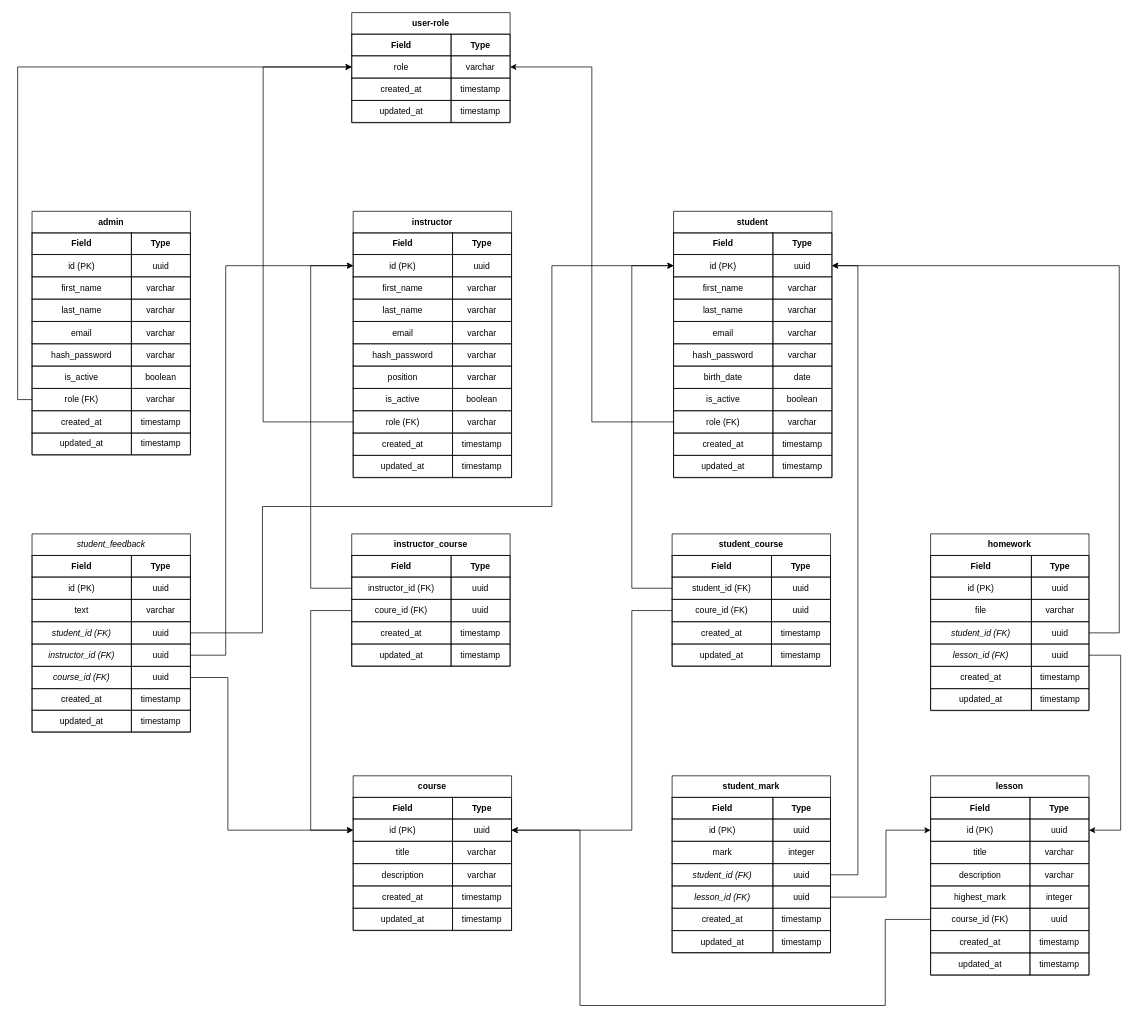
Above: tables.drawio in PashaShevchuk/diagrams (draw.io), before the change. Source tidied: cells renumbered, new cells numbered last; positions are measured from the earlier drawing's top-left corner, leaving out a move shared by most shapes. Both pictures are drawn from the tidied source at 72%, with x=0, y=0 at pixel (32, 12).
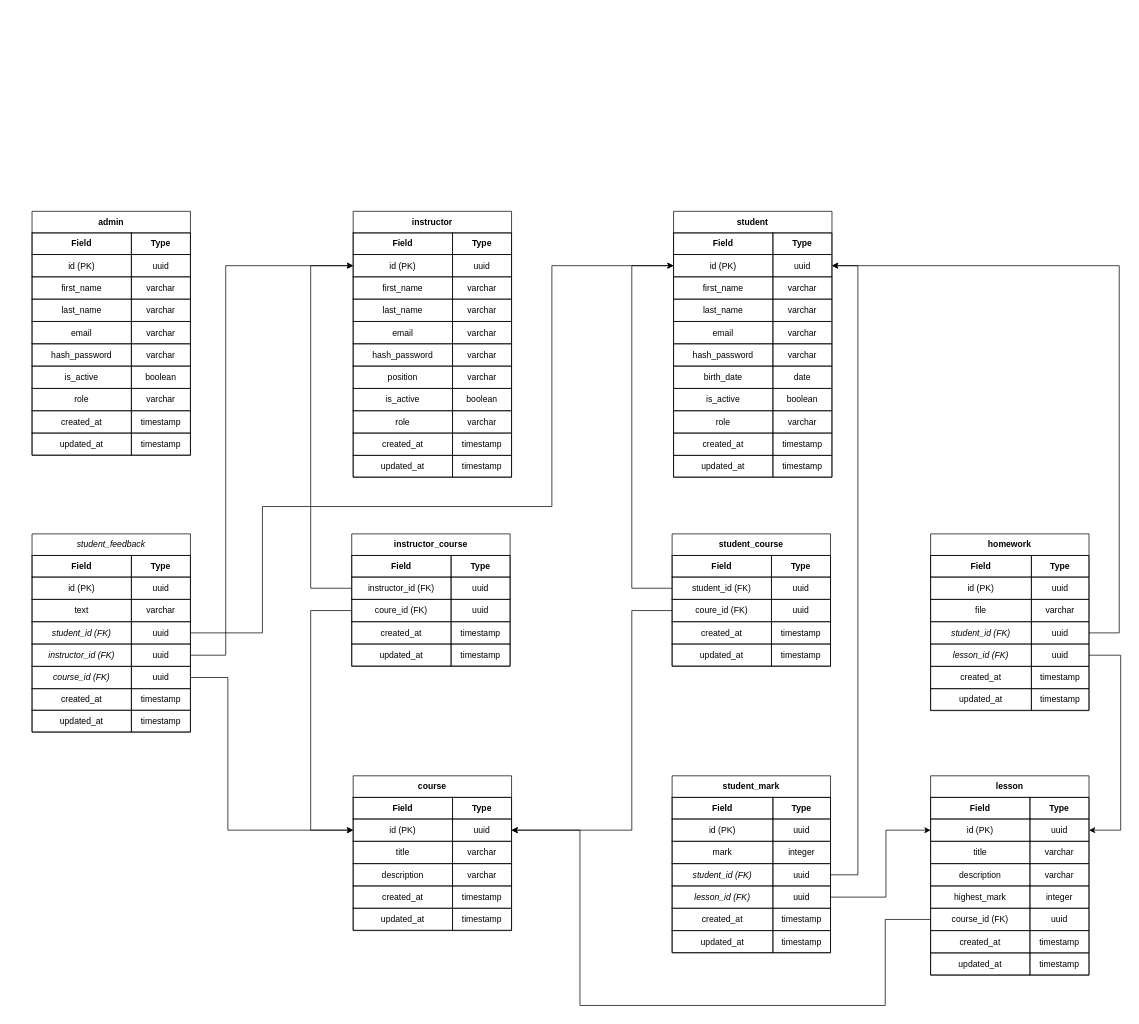
Above is the later version.

The change refers to these unchanged cells:
```xml
<mxCell id="2" value="admin" style="swimlane;startSize=30;html=1;whiteSpace=wrap;childLayout=tableLayout;" parent="1" vertex="1">
  <mxGeometry y="276" width="220" height="338.5" as="geometry" />
</mxCell>
<mxCell id="24" style="html=1;whiteSpace=wrap;fillColor=none;strokeColor=none;points=[[0,0.5],[1,0.5]];portConstraint=eastwest;" parent="2" vertex="1">
  <mxGeometry y="246" width="220" height="31" as="geometry" />
</mxCell>
<mxCell id="191" value="instructor" style="swimlane;startSize=30;html=1;whiteSpace=wrap;childLayout=tableLayout;" parent="1" vertex="1">
  <mxGeometry x="446" y="276" width="220" height="369.5" as="geometry" />
</mxCell>
<mxCell id="216" style="html=1;whiteSpace=wrap;fillColor=none;strokeColor=none;points=[[0,0.5],[1,0.5]];portConstraint=eastwest;" parent="191" vertex="1">
  <mxGeometry y="277" width="220" height="31" as="geometry" />
</mxCell>
<mxCell id="225" value="student" style="swimlane;startSize=30;html=1;whiteSpace=wrap;childLayout=tableLayout;" parent="1" vertex="1">
  <mxGeometry x="891" y="276" width="220" height="369.5" as="geometry" />
</mxCell>
<mxCell id="250" style="html=1;whiteSpace=wrap;fillColor=none;strokeColor=none;points=[[0,0.5],[1,0.5]];portConstraint=eastwest;" parent="225" vertex="1">
  <mxGeometry y="277" width="220" height="31" as="geometry" />
</mxCell>
```

Diff of the diagram source:
```diff
@@
-    <mxCell id="25" value="role (FK)" style="shape=partialRectangle;html=1;whiteSpace=wrap;fillColor=none;" parent="24" vertex="1">
+    <mxCell id="25" value="role" style="shape=partialRectangle;html=1;whiteSpace=wrap;fillColor=none;" parent="24" vertex="1">
       <mxGeometry width="138" height="31" as="geometry" />
     </mxCell>
@@
     <mxCell id="30" style="html=1;whiteSpace=wrap;fillColor=none;strokeColor=none;" parent="2" vertex="1">
-      <mxGeometry y="308" width="220" height="30" as="geometry" />
+      <mxGeometry y="308" width="220" height="31" as="geometry" />
     </mxCell>
     <mxCell id="31" value="updated_at" style="shape=partialRectangle;html=1;whiteSpace=wrap;fillColor=none;" parent="30" vertex="1">
-      <mxGeometry width="138" height="30" as="geometry" />
+      <mxGeometry width="138" height="31" as="geometry" />
     </mxCell>
     <mxCell id="32" value="&lt;span style=&quot;&quot;&gt;timestamp&lt;/span&gt;" style="shape=partialRectangle;html=1;whiteSpace=wrap;fillColor=none;" parent="30" vertex="1">
-      <mxGeometry x="138" width="82" height="30" as="geometry" />
+      <mxGeometry x="138" width="82" height="31" as="geometry" />
     </mxCell>
-    <mxCell id="33" value="user-role" style="swimlane;startSize=30;html=1;whiteSpace=wrap;childLayout=tableLayout;" parent="1" vertex="1">
-      <mxGeometry x="444" width="220" height="152.5" as="geometry" />
-    </mxCell>
-    <mxCell id="34" style="html=1;whiteSpace=wrap;fillColor=none;strokeColor=none;" parent="33" vertex="1">
-      <mxGeometry y="30" width="220" height="30" as="geometry" />
-    </mxCell>
-    <mxCell id="35" value="Field" style="shape=partialRectangle;html=1;whiteSpace=wrap;fillColor=none;fontStyle=1;" parent="34" vertex="1">
-      <mxGeometry width="138" height="30" as="geometry" />
-    </mxCell>
-    <mxCell id="36" value="Type" style="shape=partialRectangle;html=1;whiteSpace=wrap;fillColor=none;fontStyle=1;" parent="34" vertex="1">
-      <mxGeometry x="138" width="82" height="30" as="geometry" />
-    </mxCell>
-    <mxCell id="37" style="html=1;whiteSpace=wrap;fillColor=none;strokeColor=none;points=[[0,0.5],[1,0.5]];portConstraint=eastwest;" parent="33" vertex="1">
-      <mxGeometry y="60" width="220" height="31" as="geometry" />
-    </mxCell>
-    <mxCell id="38" value="role" style="shape=partialRectangle;html=1;whiteSpace=wrap;fillColor=none;" parent="37" vertex="1">
-      <mxGeometry width="138" height="31" as="geometry" />
-    </mxCell>
-    <mxCell id="39" value="&lt;span style=&quot;font-family: helvetica;&quot;&gt;varchar&lt;/span&gt;" style="shape=partialRectangle;html=1;whiteSpace=wrap;fillColor=none;" parent="37" vertex="1">
-      <mxGeometry x="138" width="82" height="31" as="geometry" />
-    </mxCell>
-    <mxCell id="40" style="html=1;whiteSpace=wrap;fillColor=none;strokeColor=none;" parent="33" vertex="1">
-      <mxGeometry y="91" width="220" height="31" as="geometry" />
-    </mxCell>
-    <mxCell id="41" value="created_at" style="shape=partialRectangle;html=1;whiteSpace=wrap;fillColor=none;" parent="40" vertex="1">
-      <mxGeometry width="138" height="31" as="geometry" />
-    </mxCell>
-    <mxCell id="42" value="timestamp" style="shape=partialRectangle;html=1;whiteSpace=wrap;fillColor=none;" parent="40" vertex="1">
-      <mxGeometry x="138" width="82" height="31" as="geometry" />
-    </mxCell>
-    <mxCell id="43" style="html=1;whiteSpace=wrap;fillColor=none;strokeColor=none;" parent="33" vertex="1">
-      <mxGeometry y="122" width="220" height="31" as="geometry" />
-    </mxCell>
-    <mxCell id="44" value="updated_at" style="shape=partialRectangle;html=1;whiteSpace=wrap;fillColor=none;" parent="43" vertex="1">
-      <mxGeometry width="138" height="31" as="geometry" />
-    </mxCell>
-    <mxCell id="45" value="&lt;span style=&quot;&quot;&gt;timestamp&lt;/span&gt;" style="shape=partialRectangle;html=1;whiteSpace=wrap;fillColor=none;" parent="43" vertex="1">
-      <mxGeometry x="138" width="82" height="31" as="geometry" />
-    </mxCell>
@@
-    <mxCell id="217" value="role (FK)" style="shape=partialRectangle;html=1;whiteSpace=wrap;fillColor=none;" parent="216" vertex="1">
+    <mxCell id="217" value="role" style="shape=partialRectangle;html=1;whiteSpace=wrap;fillColor=none;" parent="216" vertex="1">
       <mxGeometry width="138" height="31" as="geometry" />
     </mxCell>
@@
     <mxCell id="222" style="html=1;whiteSpace=wrap;fillColor=none;strokeColor=none;" parent="191" vertex="1">
-      <mxGeometry y="339" width="220" height="31" as="geometry" />
+      <mxGeometry y="339" width="220" height="30" as="geometry" />
     </mxCell>
     <mxCell id="223" value="updated_at" style="shape=partialRectangle;html=1;whiteSpace=wrap;fillColor=none;" parent="222" vertex="1">
-      <mxGeometry width="138" height="31" as="geometry" />
+      <mxGeometry width="138" height="30" as="geometry" />
     </mxCell>
     <mxCell id="224" value="&lt;span style=&quot;&quot;&gt;timestamp&lt;/span&gt;" style="shape=partialRectangle;html=1;whiteSpace=wrap;fillColor=none;" parent="222" vertex="1">
-      <mxGeometry x="138" width="82" height="31" as="geometry" />
+      <mxGeometry x="138" width="82" height="30" as="geometry" />
     </mxCell>
@@
-    <mxCell id="251" value="role (FK)" style="shape=partialRectangle;html=1;whiteSpace=wrap;fillColor=none;" parent="250" vertex="1">
+    <mxCell id="251" value="role" style="shape=partialRectangle;html=1;whiteSpace=wrap;fillColor=none;" parent="250" vertex="1">
       <mxGeometry width="138" height="31" as="geometry" />
     </mxCell>
@@
     <mxCell id="256" style="html=1;whiteSpace=wrap;fillColor=none;strokeColor=none;" parent="225" vertex="1">
-      <mxGeometry y="339" width="220" height="31" as="geometry" />
+      <mxGeometry y="339" width="220" height="30" as="geometry" />
     </mxCell>
     <mxCell id="257" value="updated_at" style="shape=partialRectangle;html=1;whiteSpace=wrap;fillColor=none;" parent="256" vertex="1">
-      <mxGeometry width="138" height="31" as="geometry" />
+      <mxGeometry width="138" height="30" as="geometry" />
     </mxCell>
     <mxCell id="258" value="&lt;span style=&quot;&quot;&gt;timestamp&lt;/span&gt;" style="shape=partialRectangle;html=1;whiteSpace=wrap;fillColor=none;" parent="256" vertex="1">
-      <mxGeometry x="138" width="82" height="31" as="geometry" />
+      <mxGeometry x="138" width="82" height="30" as="geometry" />
     </mxCell>
-    <mxCell id="259" style="edgeStyle=orthogonalEdgeStyle;rounded=0;jettySize=auto;html=1;exitX=0;exitY=0.5;exitDx=0;exitDy=0;entryX=0;entryY=0.5;entryDx=0;entryDy=0;fontColor=#FF3030;" parent="1" edge="1" source="24" target="37">
-      <mxGeometry relative="1" as="geometry" />
-    </mxCell>
-    <mxCell id="260" style="edgeStyle=orthogonalEdgeStyle;rounded=0;jettySize=auto;html=1;exitX=0;exitY=0.5;exitDx=0;exitDy=0;entryX=0;entryY=0.5;entryDx=0;entryDy=0;fontColor=#FF3030;" parent="1" edge="1" source="216" target="37">
-      <mxGeometry relative="1" as="geometry">
-        <Array as="points">
-          <mxPoint x="321" y="569" />
-          <mxPoint x="321" y="75" />
-        </Array>
-      </mxGeometry>
-    </mxCell>
-    <mxCell id="261" style="edgeStyle=orthogonalEdgeStyle;rounded=0;jettySize=auto;html=1;exitX=0;exitY=0.5;exitDx=0;exitDy=0;entryX=1;entryY=0.5;entryDx=0;entryDy=0;fontColor=#FF3030;" parent="1" edge="1" source="250" target="37">
-      <mxGeometry relative="1" as="geometry" />
-    </mxCell>
```
